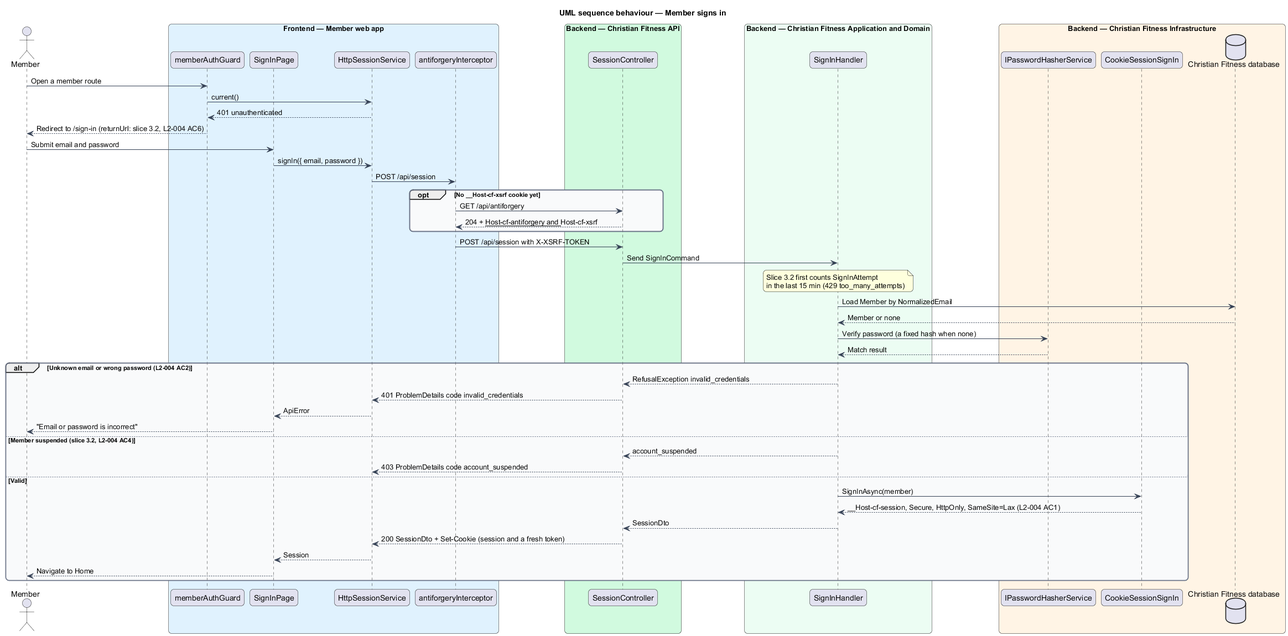
Before: docs/detailed-designs/member-access/sign-in-and-out/diagrams/sequence-sign-in.png, a diagram exported from PlantUML (QuinntyneBrown/christian-fitness).
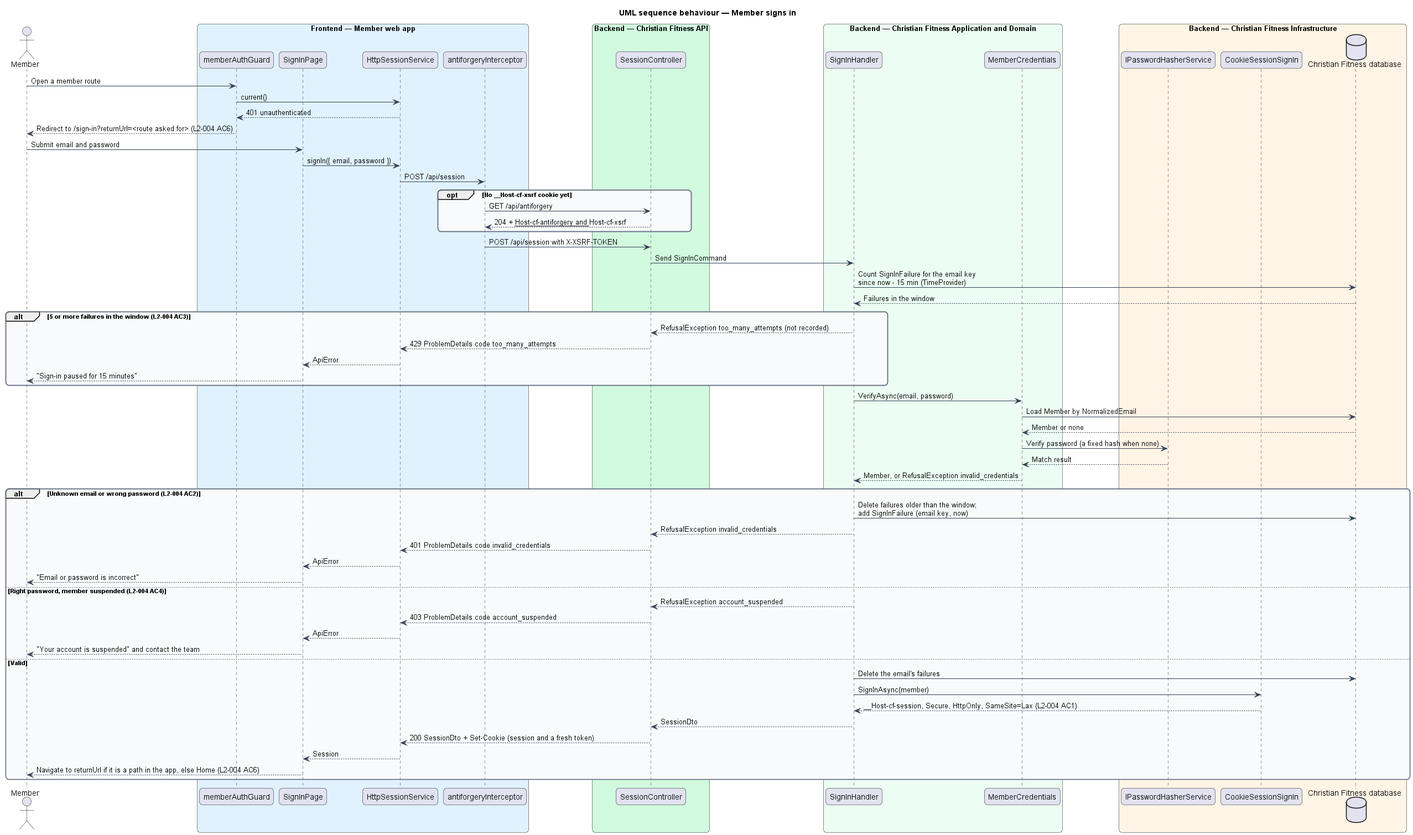
The same diagram one commit later.

Change to the diagram source:
```diff
@@ -26,6 +26,7 @@
 end box
 box "Backend — Christian Fitness Application and Domain" #ECFDF3
   participant "SignInHandler" as h
+  participant "MemberCredentials" as cred
 end box
 box "Backend — Christian Fitness Infrastructure" #FFF4E5
   participant "IPasswordHasherService" as hash
@@ -35,7 +36,7 @@
 actor -> guard : Open a member route
 guard -> client : current()
 client --> guard : 401 unauthenticated
-guard --> actor : Redirect to /sign-in (returnUrl: slice 3.2, L2-004 AC6)
+guard --> actor : Redirect to /sign-in?returnUrl=<route asked for> (L2-004 AC6)
 actor -> page : Submit email and password
 page -> client : signIn({ email, password })
 client -> xsrf : POST /api/session
@@ -45,25 +46,38 @@
 end
 xsrf -> ctrl : POST /api/session with X-XSRF-TOKEN
 ctrl -> h : Send SignInCommand
-note over h : Slice 3.2 first counts SignInAttempt\nin the last 15 min (429 too_many_attempts)
-h -> db : Load Member by NormalizedEmail
-db --> h : Member or none
-h -> hash : Verify password (a fixed hash when none)
-hash --> h : Match result
+h -> db : Count SignInFailure for the email key\nsince now - 15 min (TimeProvider)
+db --> h : Failures in the window
+alt 5 or more failures in the window (L2-004 AC3)
+  h --> ctrl : RefusalException too_many_attempts (not recorded)
+  ctrl --> client : 429 ProblemDetails code too_many_attempts
+  client --> page : ApiError
+  page --> actor : "Sign-in paused for 15 minutes"
+end
+h -> cred : VerifyAsync(email, password)
+cred -> db : Load Member by NormalizedEmail
+db --> cred : Member or none
+cred -> hash : Verify password (a fixed hash when none)
+hash --> cred : Match result
+cred --> h : Member, or RefusalException invalid_credentials
 alt Unknown email or wrong password (L2-004 AC2)
+  h -> db : Delete failures older than the window;\nadd SignInFailure (email key, now)
   h --> ctrl : RefusalException invalid_credentials
   ctrl --> client : 401 ProblemDetails code invalid_credentials
   client --> page : ApiError
   page --> actor : "Email or password is incorrect"
-else Member suspended (slice 3.2, L2-004 AC4)
-  h --> ctrl : account_suspended
+else Right password, member suspended (L2-004 AC4)
+  h --> ctrl : RefusalException account_suspended
   ctrl --> client : 403 ProblemDetails code account_suspended
+  client --> page : ApiError
+  page --> actor : "Your account is suspended" and contact the team
 else Valid
+  h -> db : Delete the email's failures
   h -> sess : SignInAsync(member)
   sess --> h : __Host-cf-session, Secure, HttpOnly, SameSite=Lax (L2-004 AC1)
   h --> ctrl : SessionDto
   ctrl --> client : 200 SessionDto + Set-Cookie (session and a fresh token)
   client --> page : Session
-  page --> actor : Navigate to Home
+  page --> actor : Navigate to returnUrl if it is a path in the app, else Home (L2-004 AC6)
 end
 @enduml
```
